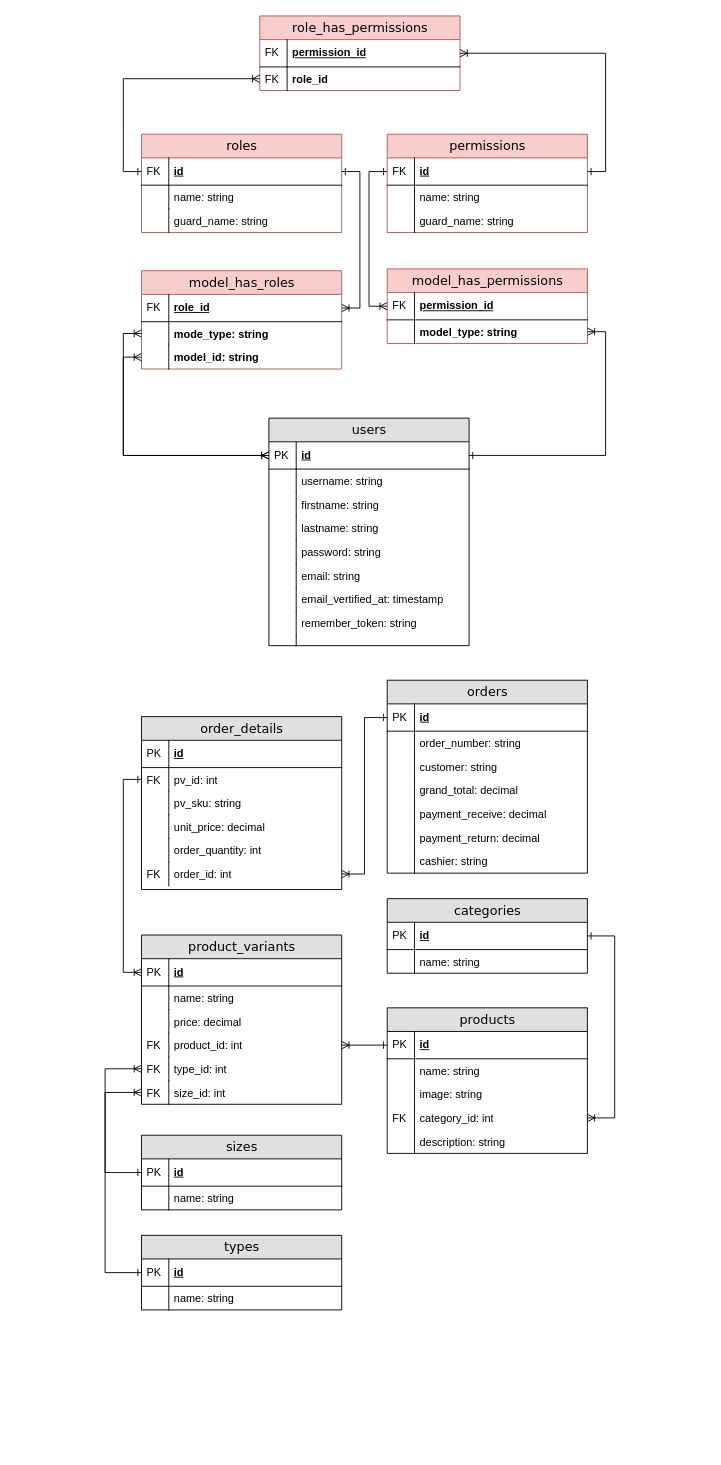
Before: database_design_table/coffee_pos_db.drawio in BruceWaynnee/coffeepos, a draw.io diagram. Source tidied: cells renumbered, new cells numbered last; positions are measured from the earlier drawing's top-left corner, leaving out a move shared by most shapes. Both pictures are drawn from the tidied source at 91%, with x=0, y=0 at pixel (-86, 15).
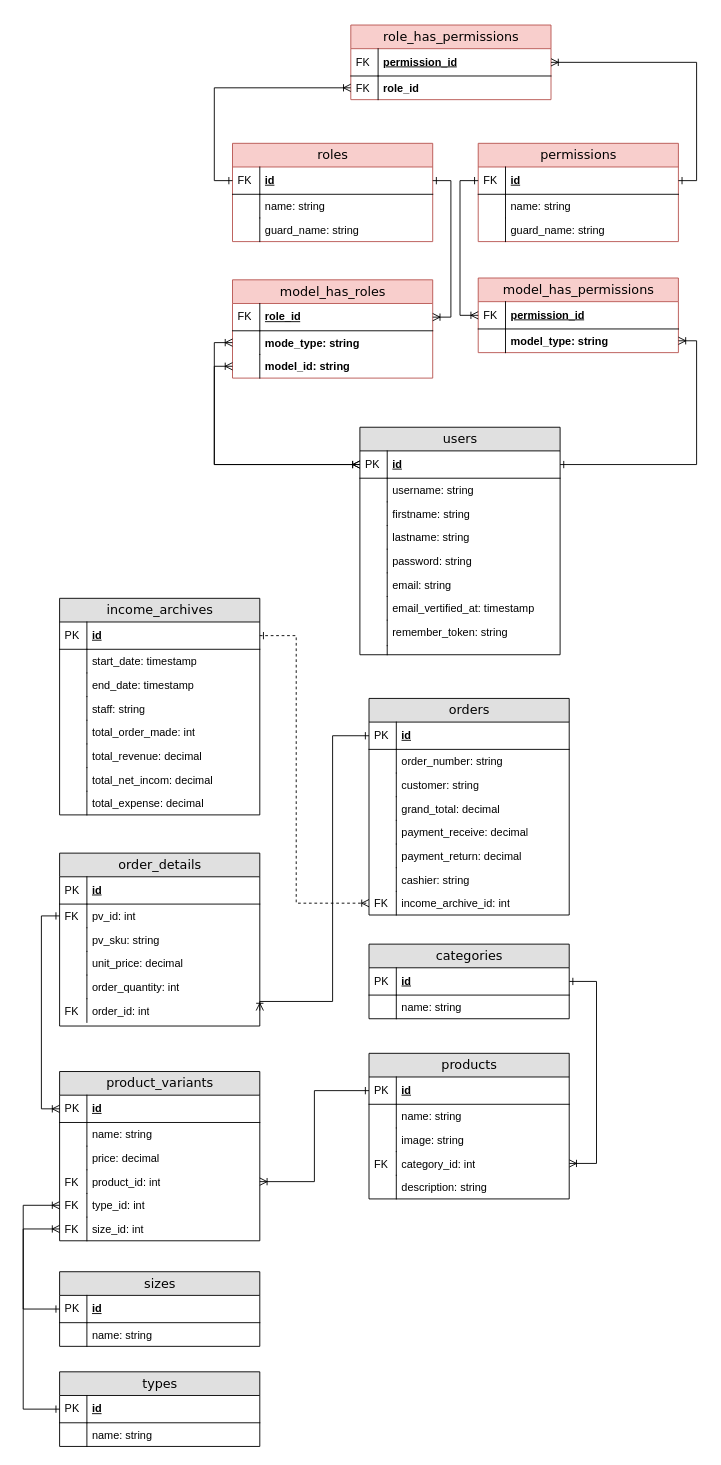
Above is the later version.

Commit message (it also covers changes not shown here):
adding income_archive module

The change refers to these unchanged cells:
```xml
<mxCell id="23" value="id" style="shape=partialRectangle;top=0;left=0;right=0;bottom=1;html=1;align=left;verticalAlign=middle;fillColor=none;spacingLeft=34;spacingRight=4;whiteSpace=wrap;overflow=hidden;points=[[0,0.5],[1,0.5]];portConstraint=eastwest;fontStyle=5;" parent="22" vertex="1">
  <mxGeometry y="26" width="220" height="30" as="geometry" />
</mxCell>
<mxCell id="28" value="id" style="shape=partialRectangle;top=0;left=0;right=0;bottom=1;html=1;align=left;verticalAlign=middle;fillColor=none;spacingLeft=34;spacingRight=4;whiteSpace=wrap;overflow=hidden;points=[[0,0.5],[1,0.5]];portConstraint=eastwest;fontStyle=5;" parent="27" vertex="1">
  <mxGeometry y="26" width="220" height="30" as="geometry" />
</mxCell>
<mxCell id="53" value="id" style="shape=partialRectangle;top=0;left=0;right=0;bottom=1;html=1;align=left;verticalAlign=middle;fillColor=none;spacingLeft=34;spacingRight=4;whiteSpace=wrap;overflow=hidden;points=[[0,0.5],[1,0.5]];portConstraint=eastwest;fontStyle=5;" parent="52" vertex="1">
  <mxGeometry y="26" width="220" height="30" as="geometry" />
</mxCell>
<mxCell id="70" value="id" style="shape=partialRectangle;top=0;left=0;right=0;bottom=1;html=1;align=left;verticalAlign=middle;fillColor=none;spacingLeft=34;spacingRight=4;whiteSpace=wrap;overflow=hidden;points=[[0,0.5],[1,0.5]];portConstraint=eastwest;fontStyle=5;" parent="69" vertex="1">
  <mxGeometry y="26" width="220" height="30" as="geometry" />
</mxCell>
<mxCell id="95" value="order_id: int" style="shape=partialRectangle;top=0;left=0;right=0;bottom=0;html=1;align=left;verticalAlign=top;fillColor=none;spacingLeft=34;spacingRight=4;whiteSpace=wrap;overflow=hidden;points=[[0,0.5],[1,0.5]];portConstraint=eastwest;" parent="84" vertex="1">
  <mxGeometry y="160" width="220" height="26" as="geometry" />
</mxCell>
<mxCell id="104" value="category_id: int" style="shape=partialRectangle;top=0;left=0;right=0;bottom=0;html=1;align=left;verticalAlign=top;fillColor=none;spacingLeft=34;spacingRight=4;whiteSpace=wrap;overflow=hidden;points=[[0,0.5],[1,0.5]];portConstraint=eastwest;" parent="97" vertex="1">
  <mxGeometry y="108" width="220" height="26" as="geometry" />
</mxCell>
<mxCell id="117" value="type_id: int" style="shape=partialRectangle;top=0;left=0;right=0;bottom=0;html=1;align=left;verticalAlign=top;fillColor=none;spacingLeft=34;spacingRight=4;whiteSpace=wrap;overflow=hidden;points=[[0,0.5],[1,0.5]];portConstraint=eastwest;" parent="108" vertex="1">
  <mxGeometry y="134" width="220" height="26" as="geometry" />
</mxCell>
<mxCell id="119" value="size_id: int" style="shape=partialRectangle;top=0;left=0;right=0;bottom=0;html=1;align=left;verticalAlign=top;fillColor=none;spacingLeft=34;spacingRight=4;whiteSpace=wrap;overflow=hidden;points=[[0,0.5],[1,0.5]];portConstraint=eastwest;" parent="108" vertex="1">
  <mxGeometry y="160" width="220" height="26" as="geometry" />
</mxCell>
```

The edit, as a diff of the source:
```diff
@@
     <mxCell id="3" value="users" style="swimlane;html=1;fontStyle=0;horizontal=1;startSize=26;fillColor=#e0e0e0;swimlaneFillColor=#ffffff;align=center;rounded=0;shadow=0;comic=0;labelBackgroundColor=none;strokeWidth=1;fontFamily=Verdana;fontSize=14;swimlaneLine=1;" parent="1" vertex="1">
-      <mxGeometry x="390" y="442" width="220" height="250" as="geometry" />
+      <mxGeometry x="490" y="452" width="220" height="250" as="geometry" />
     </mxCell>
@@
     <mxCell id="22" value="types" style="swimlane;html=1;fontStyle=0;horizontal=1;startSize=26;fillColor=#e0e0e0;swimlaneFillColor=#ffffff;align=center;rounded=0;shadow=0;comic=0;labelBackgroundColor=none;strokeWidth=1;fontFamily=Verdana;fontSize=14;swimlaneLine=1;" parent="1" vertex="1">
-      <mxGeometry x="250" y="1340" width="220" height="82" as="geometry" />
+      <mxGeometry x="160" y="1490" width="220" height="82" as="geometry" />
     </mxCell>
@@
     <mxCell id="27" value="sizes" style="swimlane;html=1;fontStyle=0;horizontal=1;startSize=26;fillColor=#e0e0e0;swimlaneFillColor=#ffffff;align=center;rounded=0;shadow=0;comic=0;labelBackgroundColor=none;strokeWidth=1;fontFamily=Verdana;fontSize=14;swimlaneLine=1;" parent="1" vertex="1">
-      <mxGeometry x="250" y="1230" width="220" height="82" as="geometry" />
+      <mxGeometry x="160" y="1380" width="220" height="82" as="geometry" />
     </mxCell>
@@
     <mxCell id="32" value="role_has_permissions" style="swimlane;html=1;fontStyle=0;horizontal=1;startSize=26;fillColor=#f8cecc;swimlaneFillColor=#ffffff;align=center;rounded=0;shadow=0;comic=0;labelBackgroundColor=none;strokeWidth=1;fontFamily=Verdana;fontSize=14;swimlaneLine=1;strokeColor=#b85450;" parent="1" vertex="1">
-      <mxGeometry x="380" width="220" height="82" as="geometry" />
+      <mxGeometry x="480" y="10" width="220" height="82" as="geometry" />
     </mxCell>
@@
     <mxCell id="37" value="roles" style="swimlane;html=1;fontStyle=0;horizontal=1;startSize=26;fillColor=#f8cecc;swimlaneFillColor=#ffffff;align=center;rounded=0;shadow=0;comic=0;labelBackgroundColor=none;strokeWidth=1;fontFamily=Verdana;fontSize=14;swimlaneLine=1;strokeColor=#b85450;" parent="1" vertex="1">
-      <mxGeometry x="250" y="130" width="220" height="108" as="geometry" />
+      <mxGeometry x="350" y="140" width="220" height="108" as="geometry" />
     </mxCell>
@@
     <mxCell id="44" value="permissions" style="swimlane;html=1;fontStyle=0;horizontal=1;startSize=26;fillColor=#f8cecc;swimlaneFillColor=#ffffff;align=center;rounded=0;shadow=0;comic=0;labelBackgroundColor=none;strokeWidth=1;fontFamily=Verdana;fontSize=14;swimlaneLine=1;strokeColor=#b85450;" parent="1" vertex="1">
-      <mxGeometry x="520" y="130" width="220" height="108" as="geometry" />
+      <mxGeometry x="620" y="140" width="220" height="108" as="geometry" />
     </mxCell>
@@
     <mxCell id="51" style="edgeStyle=orthogonalEdgeStyle;rounded=0;jettySize=auto;html=1;entryX=1;entryY=0.5;entryDx=0;entryDy=0;startArrow=ERone;startFill=0;endArrow=ERoneToMany;endFill=0;exitX=1;exitY=0.5;exitDx=0;exitDy=0;" parent="1" edge="1" source="53" target="104">
       <mxGeometry relative="1" as="geometry">
         <Array as="points">
-          <mxPoint x="770" y="1011" />
-          <mxPoint x="770" y="1211" />
+          <mxPoint x="750" y="1061" />
+          <mxPoint x="750" y="1261" />
         </Array>
       </mxGeometry>
     </mxCell>
     <mxCell id="52" value="categories" style="swimlane;html=1;fontStyle=0;horizontal=1;startSize=26;fillColor=#e0e0e0;swimlaneFillColor=#ffffff;align=center;rounded=0;shadow=0;comic=0;labelBackgroundColor=none;strokeWidth=1;fontFamily=Verdana;fontSize=14;swimlaneLine=1;" parent="1" vertex="1">
-      <mxGeometry x="520" y="970" width="220" height="82" as="geometry" />
+      <mxGeometry x="500" y="1020" width="220" height="82" as="geometry" />
     </mxCell>
@@
     <mxCell id="57" value="model_has_permissions" style="swimlane;html=1;fontStyle=0;horizontal=1;startSize=26;fillColor=#f8cecc;swimlaneFillColor=#ffffff;align=center;rounded=0;shadow=0;comic=0;labelBackgroundColor=none;strokeWidth=1;fontFamily=Verdana;fontSize=14;swimlaneLine=1;strokeColor=#b85450;" parent="1" vertex="1">
-      <mxGeometry x="520" y="278" width="220" height="82" as="geometry" />
+      <mxGeometry x="620" y="288" width="220" height="82" as="geometry" />
     </mxCell>
@@
     <mxCell id="62" value="model_has_roles" style="swimlane;html=1;fontStyle=0;horizontal=1;startSize=26;fillColor=#f8cecc;swimlaneFillColor=#ffffff;align=center;rounded=0;shadow=0;comic=0;labelBackgroundColor=none;strokeWidth=1;fontFamily=Verdana;fontSize=14;swimlaneLine=1;strokeColor=#b85450;" parent="1" vertex="1">
-      <mxGeometry x="250" y="280" width="220" height="108" as="geometry" />
+      <mxGeometry x="350" y="290" width="220" height="108" as="geometry" />
     </mxCell>
@@
     <mxCell id="69" value="orders" style="swimlane;html=1;fontStyle=0;horizontal=1;startSize=26;fillColor=#e0e0e0;swimlaneFillColor=#ffffff;align=center;rounded=0;shadow=0;comic=0;labelBackgroundColor=none;strokeWidth=1;fontFamily=Verdana;fontSize=14;swimlaneLine=1;" parent="1" vertex="1">
-      <mxGeometry x="520" y="730" width="220" height="212" as="geometry" />
+      <mxGeometry x="500" y="750" width="220" height="238" as="geometry" />
     </mxCell>
@@
+    <mxCell id="133" value="income_archive_id: int" style="shape=partialRectangle;top=0;left=0;right=0;bottom=0;html=1;align=left;verticalAlign=top;fillColor=none;spacingLeft=34;spacingRight=4;whiteSpace=wrap;overflow=hidden;points=[[0,0.5],[1,0.5]];portConstraint=eastwest;" parent="69" vertex="1">
+      <mxGeometry y="212" width="220" height="26" as="geometry" />
+    </mxCell>
+    <mxCell id="134" value="FK" style="shape=partialRectangle;top=0;left=0;bottom=0;html=1;fillColor=none;align=left;verticalAlign=top;spacingLeft=4;spacingRight=4;whiteSpace=wrap;overflow=hidden;" parent="133" vertex="1">
+      <mxGeometry width="30" height="26" as="geometry" />
+    </mxCell>
     <mxCell id="84" value="order_details" style="swimlane;html=1;fontStyle=0;horizontal=1;startSize=26;fillColor=#e0e0e0;swimlaneFillColor=#ffffff;align=center;rounded=0;shadow=0;comic=0;labelBackgroundColor=none;strokeWidth=1;fontFamily=Verdana;fontSize=14;swimlaneLine=1;" parent="1" vertex="1">
-      <mxGeometry x="250" y="770" width="220" height="190" as="geometry" />
+      <mxGeometry x="160" y="920" width="220" height="190" as="geometry" />
     </mxCell>
@@
     <mxCell id="97" value="products" style="swimlane;html=1;fontStyle=0;horizontal=1;startSize=26;fillColor=#e0e0e0;swimlaneFillColor=#ffffff;align=center;rounded=0;shadow=0;comic=0;labelBackgroundColor=none;strokeWidth=1;fontFamily=Verdana;fontSize=14;swimlaneLine=1;" parent="1" vertex="1">
-      <mxGeometry x="520" y="1090" width="220" height="160" as="geometry" />
+      <mxGeometry x="500" y="1140" width="220" height="160" as="geometry" />
     </mxCell>
@@
     <mxCell id="108" value="product_variants" style="swimlane;html=1;fontStyle=0;horizontal=1;startSize=26;fillColor=#e0e0e0;swimlaneFillColor=#ffffff;align=center;rounded=0;shadow=0;comic=0;labelBackgroundColor=none;strokeWidth=1;fontFamily=Verdana;fontSize=14;swimlaneLine=1;" parent="1" vertex="1">
-      <mxGeometry x="250" y="1010" width="220" height="186" as="geometry" />
+      <mxGeometry x="160" y="1160" width="220" height="186" as="geometry" />
     </mxCell>
@@
     <mxCell id="122" style="edgeStyle=orthogonalEdgeStyle;rounded=0;jettySize=auto;html=1;exitX=0;exitY=0.5;exitDx=0;exitDy=0;entryX=1;entryY=0.5;entryDx=0;entryDy=0;startArrow=ERone;startFill=0;endArrow=ERoneToMany;endFill=0;" parent="1" edge="1" source="70" target="95">
-      <mxGeometry relative="1" as="geometry" />
+      <mxGeometry relative="1" as="geometry">
+        <Array as="points">
+          <mxPoint x="460" y="791" />
+          <mxPoint x="460" y="1083" />
+          <mxPoint x="380" y="1083" />
+        </Array>
+      </mxGeometry>
     </mxCell>
     <mxCell id="123" style="edgeStyle=orthogonalEdgeStyle;rounded=0;jettySize=auto;html=1;exitX=0;exitY=0.5;exitDx=0;exitDy=0;entryX=0;entryY=0.5;entryDx=0;entryDy=0;startArrow=ERone;startFill=0;endArrow=ERoneToMany;endFill=0;" parent="1" edge="1" source="28" target="119">
       <mxGeometry relative="1" as="geometry">
         <Array as="points">
-          <mxPoint x="210" y="1271" />
-          <mxPoint x="210" y="1183" />
+          <mxPoint x="120" y="1421" />
+          <mxPoint x="120" y="1333" />
         </Array>
       </mxGeometry>
     </mxCell>
     <mxCell id="124" style="edgeStyle=orthogonalEdgeStyle;rounded=0;jettySize=auto;html=1;entryX=0;entryY=0.5;entryDx=0;entryDy=0;startArrow=ERone;startFill=0;endArrow=ERoneToMany;endFill=0;" parent="1" edge="1" source="23" target="117">
       <mxGeometry relative="1" as="geometry">
         <Array as="points">
-          <mxPoint x="210" y="1381" />
-          <mxPoint x="210" y="1157" />
+          <mxPoint x="120" y="1531" />
+          <mxPoint x="120" y="1307" />
         </Array>
       </mxGeometry>
     </mxCell>
@@
+    <mxCell id="135" value="income_archives" style="swimlane;html=1;fontStyle=0;horizontal=1;startSize=26;fillColor=#e0e0e0;swimlaneFillColor=#ffffff;align=center;rounded=0;shadow=0;comic=0;labelBackgroundColor=none;strokeWidth=1;fontFamily=Verdana;fontSize=14;swimlaneLine=1;" parent="1" vertex="1">
+      <mxGeometry x="160" y="640" width="220" height="238" as="geometry" />
+    </mxCell>
+    <mxCell id="136" value="id" style="shape=partialRectangle;top=0;left=0;right=0;bottom=1;html=1;align=left;verticalAlign=middle;fillColor=none;spacingLeft=34;spacingRight=4;whiteSpace=wrap;overflow=hidden;points=[[0,0.5],[1,0.5]];portConstraint=eastwest;fontStyle=5;" parent="135" vertex="1">
+      <mxGeometry y="26" width="220" height="30" as="geometry" />
+    </mxCell>
+    <mxCell id="137" value="PK" style="shape=partialRectangle;top=0;left=0;bottom=0;html=1;fillColor=none;align=left;verticalAlign=middle;spacingLeft=4;spacingRight=4;whiteSpace=wrap;overflow=hidden;" parent="136" vertex="1">
+      <mxGeometry width="30" height="30" as="geometry" />
+    </mxCell>
+    <mxCell id="138" value="start_date: timestamp" style="shape=partialRectangle;top=0;left=0;right=0;bottom=0;html=1;align=left;verticalAlign=top;fillColor=none;spacingLeft=34;spacingRight=4;whiteSpace=wrap;overflow=hidden;" parent="135" vertex="1">
+      <mxGeometry y="56" width="220" height="26" as="geometry" />
+    </mxCell>
+    <mxCell id="139" style="shape=partialRectangle;top=0;left=0;bottom=0;html=1;fillColor=none;align=left;verticalAlign=top;spacingLeft=4;spacingRight=4;whiteSpace=wrap;overflow=hidden;" parent="138" vertex="1">
+      <mxGeometry width="30" height="26" as="geometry" />
+    </mxCell>
+    <mxCell id="140" value="end_date: timestamp" style="shape=partialRectangle;top=0;left=0;right=0;bottom=0;html=1;align=left;verticalAlign=top;fillColor=none;spacingLeft=34;spacingRight=4;whiteSpace=wrap;overflow=hidden;" parent="135" vertex="1">
+      <mxGeometry y="82" width="220" height="26" as="geometry" />
+    </mxCell>
+    <mxCell id="141" style="shape=partialRectangle;top=0;left=0;bottom=0;html=1;fillColor=none;align=left;verticalAlign=top;spacingLeft=4;spacingRight=4;whiteSpace=wrap;overflow=hidden;" parent="140" vertex="1">
+      <mxGeometry width="30" height="26" as="geometry" />
+    </mxCell>
+    <mxCell id="142" value="staff: string" style="shape=partialRectangle;top=0;left=0;right=0;bottom=0;html=1;align=left;verticalAlign=top;fillColor=none;spacingLeft=34;spacingRight=4;whiteSpace=wrap;overflow=hidden;" parent="135" vertex="1">
+      <mxGeometry y="108" width="220" height="26" as="geometry" />
+    </mxCell>
+    <mxCell id="143" style="shape=partialRectangle;top=0;left=0;bottom=0;html=1;fillColor=none;align=left;verticalAlign=top;spacingLeft=4;spacingRight=4;whiteSpace=wrap;overflow=hidden;" parent="142" vertex="1">
+      <mxGeometry width="30" height="26" as="geometry" />
+    </mxCell>
+    <mxCell id="144" value="total_order_made: int" style="shape=partialRectangle;top=0;left=0;right=0;bottom=0;html=1;align=left;verticalAlign=top;fillColor=none;spacingLeft=34;spacingRight=4;whiteSpace=wrap;overflow=hidden;" parent="135" vertex="1">
+      <mxGeometry y="134" width="220" height="26" as="geometry" />
+    </mxCell>
+    <mxCell id="145" style="shape=partialRectangle;top=0;left=0;bottom=0;html=1;fillColor=none;align=left;verticalAlign=top;spacingLeft=4;spacingRight=4;whiteSpace=wrap;overflow=hidden;" parent="144" vertex="1">
+      <mxGeometry width="30" height="26" as="geometry" />
+    </mxCell>
+    <mxCell id="146" value="total_revenue: decimal" style="shape=partialRectangle;top=0;left=0;right=0;bottom=0;html=1;align=left;verticalAlign=top;fillColor=none;spacingLeft=34;spacingRight=4;whiteSpace=wrap;overflow=hidden;" parent="135" vertex="1">
+      <mxGeometry y="160" width="220" height="26" as="geometry" />
+    </mxCell>
+    <mxCell id="147" style="shape=partialRectangle;top=0;left=0;bottom=0;html=1;fillColor=none;align=left;verticalAlign=top;spacingLeft=4;spacingRight=4;whiteSpace=wrap;overflow=hidden;" parent="146" vertex="1">
+      <mxGeometry width="30" height="26" as="geometry" />
+    </mxCell>
+    <mxCell id="148" value="total_net_incom: decimal" style="shape=partialRectangle;top=0;left=0;right=0;bottom=0;html=1;align=left;verticalAlign=top;fillColor=none;spacingLeft=34;spacingRight=4;whiteSpace=wrap;overflow=hidden;" parent="135" vertex="1">
+      <mxGeometry y="186" width="220" height="26" as="geometry" />
+    </mxCell>
+    <mxCell id="149" style="shape=partialRectangle;top=0;left=0;bottom=0;html=1;fillColor=none;align=left;verticalAlign=top;spacingLeft=4;spacingRight=4;whiteSpace=wrap;overflow=hidden;" parent="148" vertex="1">
+      <mxGeometry width="30" height="26" as="geometry" />
+    </mxCell>
+    <mxCell id="150" value="total_expense: decimal" style="shape=partialRectangle;top=0;left=0;right=0;bottom=0;html=1;align=left;verticalAlign=top;fillColor=none;spacingLeft=34;spacingRight=4;whiteSpace=wrap;overflow=hidden;" parent="135" vertex="1">
+      <mxGeometry y="212" width="220" height="26" as="geometry" />
+    </mxCell>
+    <mxCell id="151" style="shape=partialRectangle;top=0;left=0;bottom=0;html=1;fillColor=none;align=left;verticalAlign=top;spacingLeft=4;spacingRight=4;whiteSpace=wrap;overflow=hidden;" parent="150" vertex="1">
+      <mxGeometry width="30" height="26" as="geometry" />
+    </mxCell>
+    <mxCell id="152" style="edgeStyle=orthogonalEdgeStyle;rounded=0;jettySize=auto;html=1;entryX=0;entryY=0.5;entryDx=0;entryDy=0;startArrow=ERone;startFill=0;endArrow=ERoneToMany;endFill=0;dashed=1;" parent="1" edge="1" source="136" target="133">
+      <mxGeometry relative="1" as="geometry">
+        <Array as="points">
+          <mxPoint x="420" y="681" />
+          <mxPoint x="420" y="975" />
+        </Array>
+      </mxGeometry>
+    </mxCell>
```
